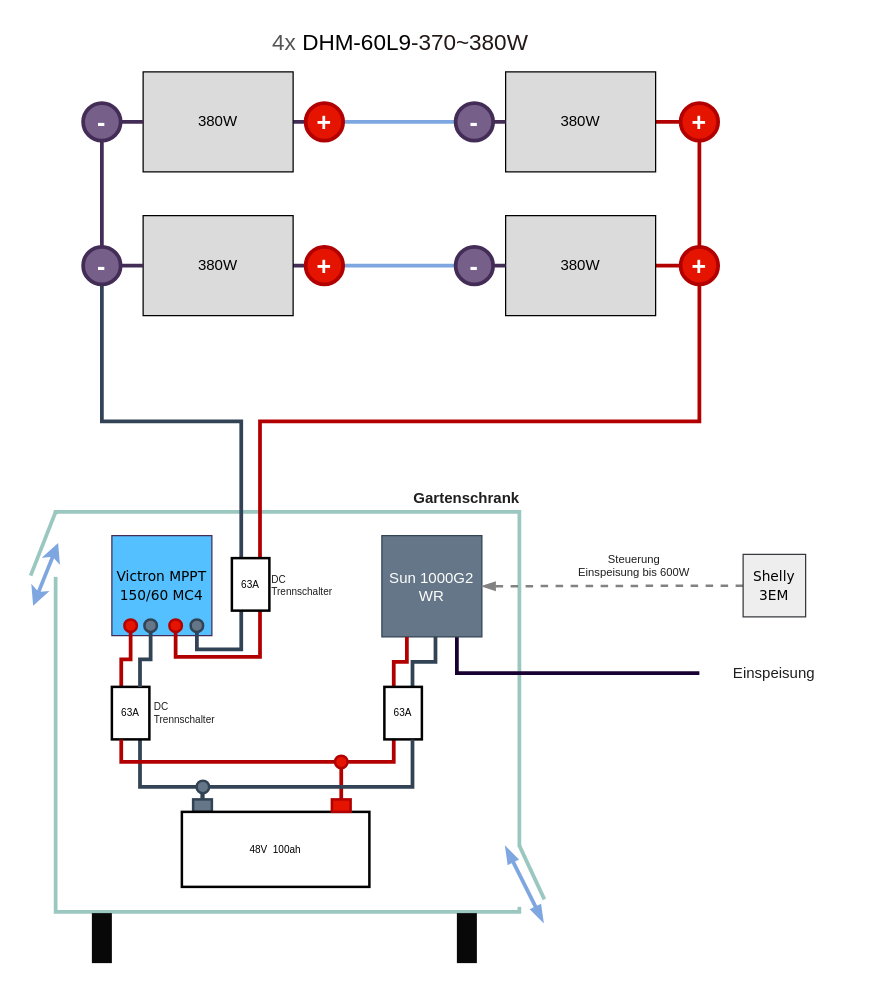
This is Solaranlage Planung.drawio from swingstate/swingstate, a draw.io file, before an edit. Source tidied: cells renumbered, new cells numbered last; positions are measured from the earlier drawing's top-left corner, leaving out a move shared by most shapes. Both pictures are drawn from the tidied source at 125%, with x=0, y=0 at pixel (30, 21).
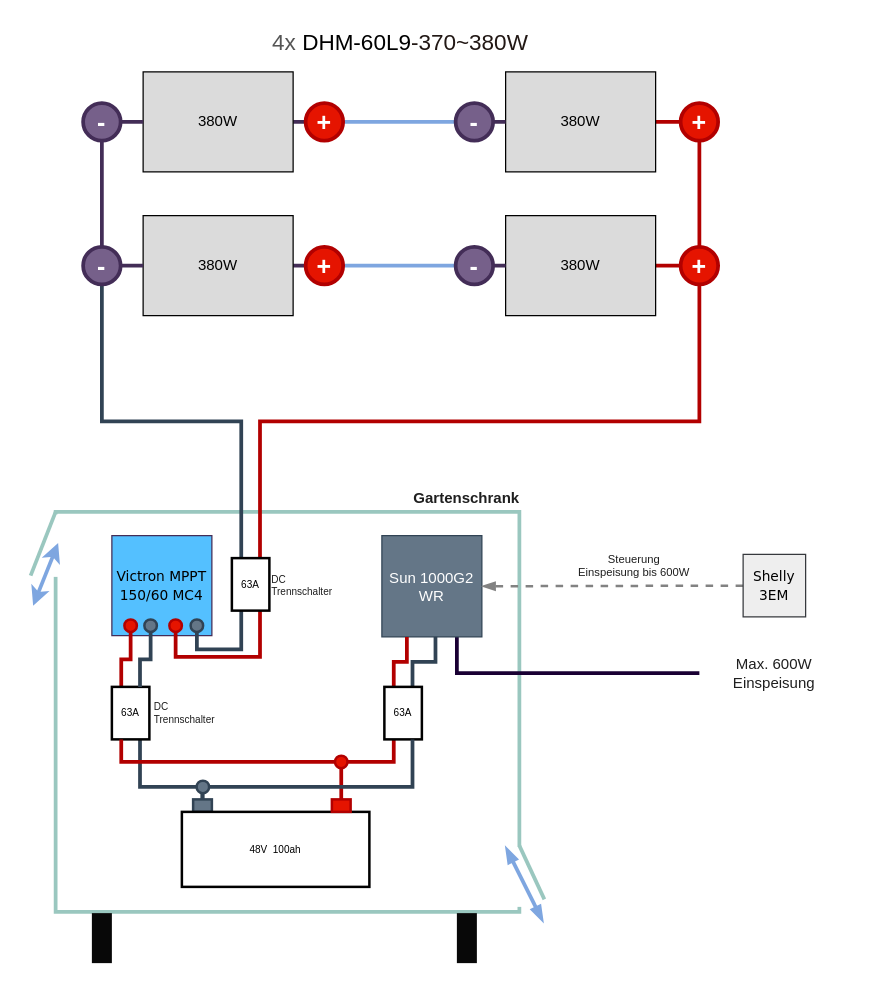
Above is the later version.

Change to the diagram source:
```diff
@@
-    <mxCell id="22" value="Einspeisung" style="rounded=0;whiteSpace=wrap;html=1;shadow=0;glass=0;dashed=1;sketch=0;strokeWidth=3;fontColor=#1F1F1F;fillColor=none;strokeColor=none;" parent="1" vertex="1">
+    <mxCell id="22" value="Max. 600W&lt;br&gt;Einspeisung" style="rounded=0;whiteSpace=wrap;html=1;shadow=0;glass=0;dashed=1;sketch=0;strokeWidth=3;fontColor=#1F1F1F;fillColor=none;strokeColor=none;" parent="1" vertex="1">
       <mxGeometry x="535" y="491" width="120" height="60" as="geometry" />
     </mxCell>
```
